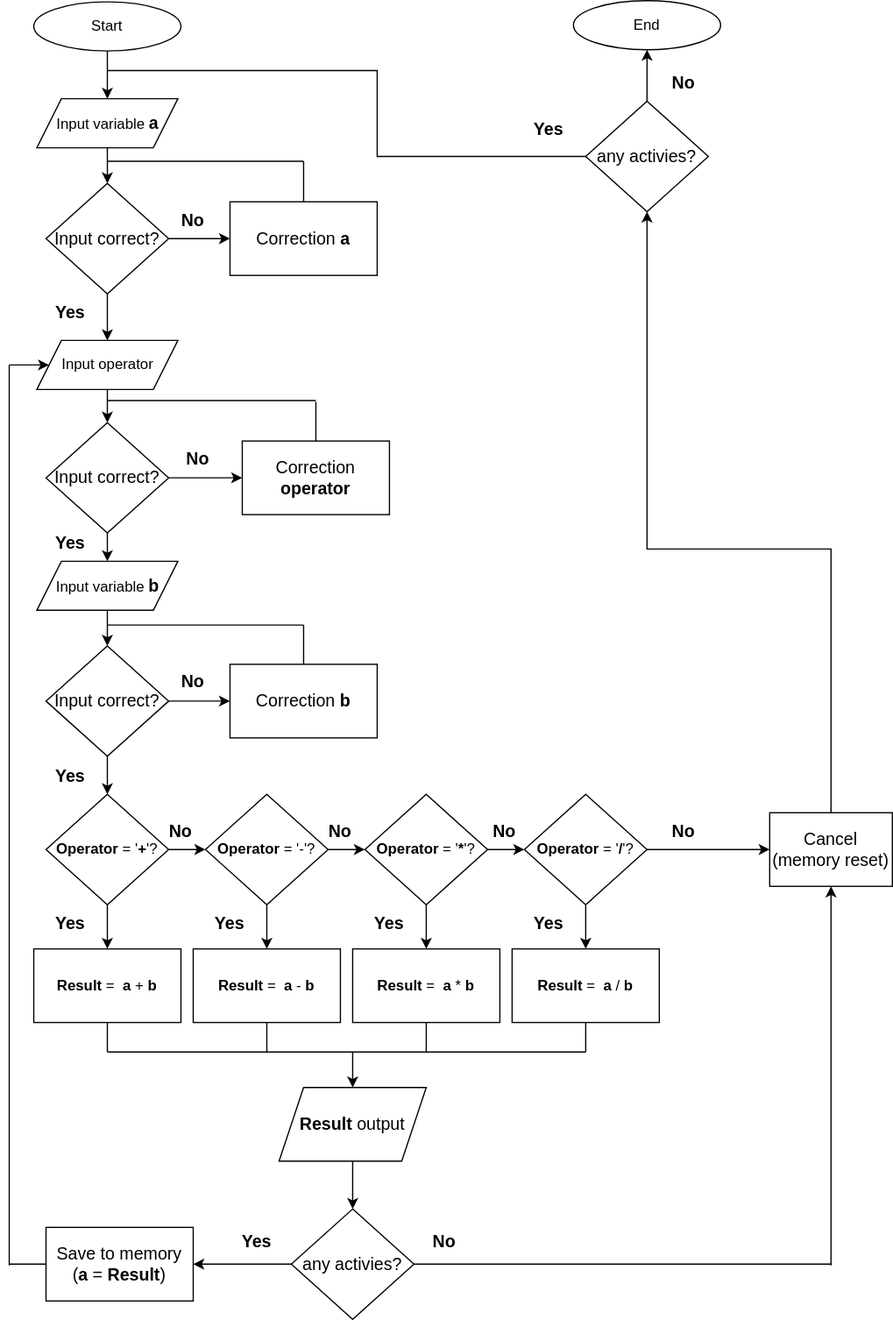
nfedetsky/data_science keeps this draw.io diagram as calculator.drawio.svg. Above is the earlier version. Source tidied: cells renumbered, new cells last; positions are measured from the earlier drawing's top-left corner, leaving out a move shared by most shapes.
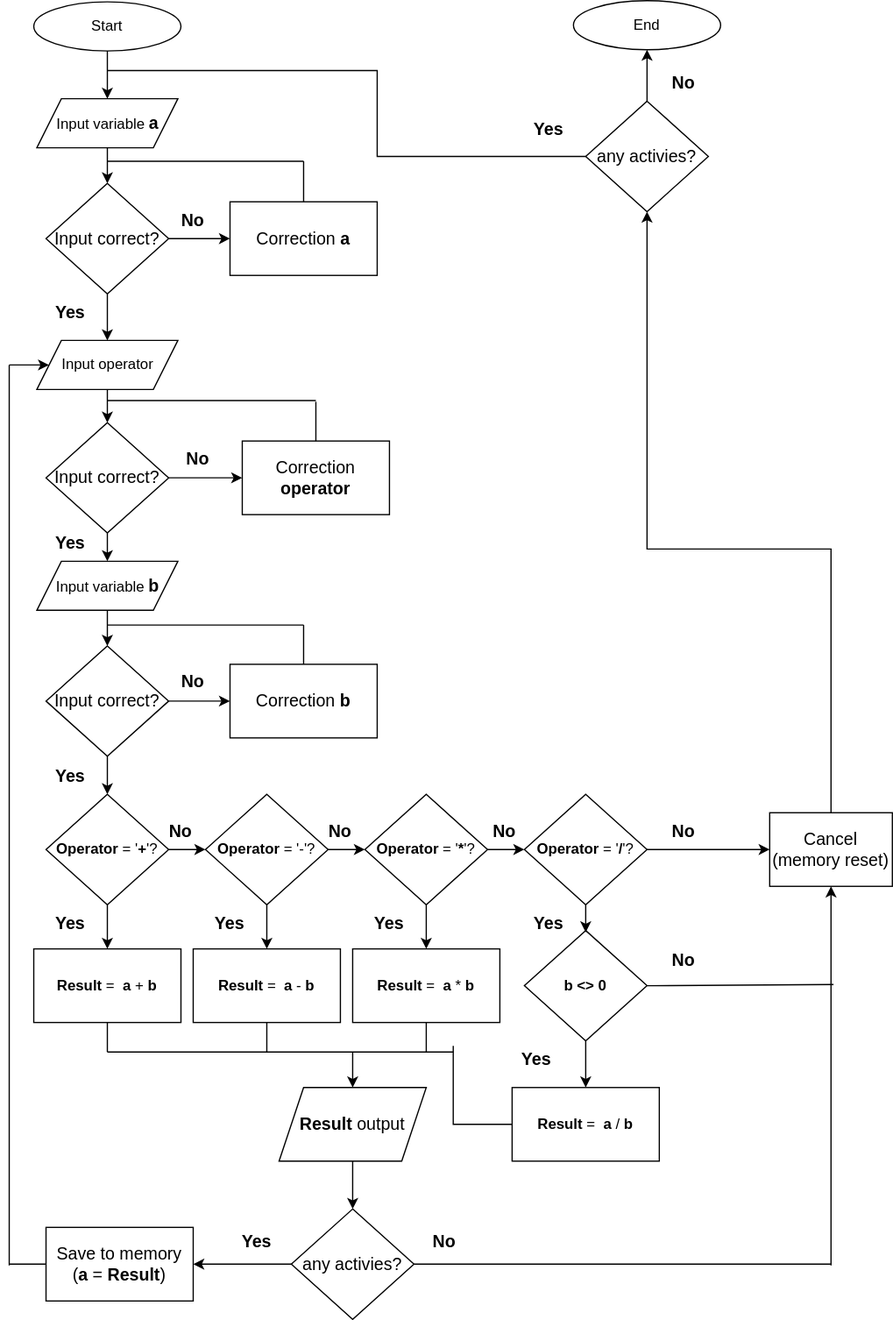
Later version of the same file.

What changed in the source:
```diff
@@ -36,7 +36,7 @@
       <mxGeometry x="280" y="773" width="120" height="60" as="geometry" />
     </mxCell>
     <mxCell id="13" value="&lt;b&gt;Result&lt;/b&gt; =&amp;nbsp; &lt;b&gt;a&lt;/b&gt; / &lt;b&gt;b&lt;/b&gt;" style="rounded=0;whiteSpace=wrap;html=1;" parent="1" vertex="1">
-      <mxGeometry x="410" y="773" width="120" height="60" as="geometry" />
+      <mxGeometry x="410" y="886" width="120" height="60" as="geometry" />
     </mxCell>
     <mxCell id="14" value="&lt;b&gt;Result&lt;/b&gt; output" style="shape=parallelogram;perimeter=parallelogramPerimeter;whiteSpace=wrap;html=1;fixedSize=1;fontSize=14;" parent="1" vertex="1">
       <mxGeometry x="220" y="886" width="120" height="60" as="geometry" />
@@ -143,9 +143,6 @@
     <mxCell id="43" style="endArrow=classic;html=1;rounded=0;fontSize=14;exitX=0.5;exitY=1;exitDx=0;exitDy=0;entryX=0.5;entryY=0;entryDx=0;entryDy=0;" parent="1" edge="1" source="8" target="12">
       <mxGeometry relative="1" as="geometry" />
     </mxCell>
-    <mxCell id="44" style="endArrow=classic;html=1;rounded=0;fontSize=14;exitX=0.5;exitY=1;exitDx=0;exitDy=0;entryX=0.5;entryY=0;entryDx=0;entryDy=0;" parent="1" edge="1" source="9" target="13">
-      <mxGeometry relative="1" as="geometry" />
-    </mxCell>
     <mxCell id="45" style="endArrow=classic;html=1;rounded=0;fontSize=14;exitX=1;exitY=0.5;exitDx=0;exitDy=0;entryX=0;entryY=0.5;entryDx=0;entryDy=0;" parent="1" edge="1" source="6" target="7">
       <mxGeometry relative="1" as="geometry" />
     </mxCell>
@@ -176,15 +173,10 @@
         <mxPoint x="340" y="857" as="sourcePoint" />
       </mxGeometry>
     </mxCell>
-    <mxCell id="53" style="endArrow=none;html=1;rounded=0;fontSize=14;entryX=0.5;entryY=1;entryDx=0;entryDy=0;" parent="1" edge="1" target="13">
-      <mxGeometry relative="1" as="geometry">
-        <mxPoint x="470" y="857" as="sourcePoint" />
-      </mxGeometry>
-    </mxCell>
     <mxCell id="54" style="endArrow=none;html=1;rounded=0;fontSize=14;" parent="1" edge="1">
       <mxGeometry relative="1" as="geometry">
         <mxPoint x="80" y="857" as="sourcePoint" />
-        <mxPoint x="470" y="857" as="targetPoint" />
+        <mxPoint x="362" y="857" as="targetPoint" />
       </mxGeometry>
     </mxCell>
     <mxCell id="55" style="endArrow=classic;html=1;rounded=0;fontSize=14;entryX=0.5;entryY=0;entryDx=0;entryDy=0;" parent="1" edge="1" target="14">
@@ -303,5 +295,33 @@
     <mxCell id="83" value="&lt;b&gt;No&lt;/b&gt;" style="text;html=1;strokeColor=none;fillColor=none;align=center;verticalAlign=middle;whiteSpace=wrap;rounded=0;fontSize=14;" parent="1" vertex="1">
       <mxGeometry x="520" y="52" width="60" height="30" as="geometry" />
     </mxCell>
+    <mxCell id="84" value="&lt;b&gt;b &amp;lt;&amp;gt; 0&lt;/b&gt;" style="rhombus;whiteSpace=wrap;html=1;" parent="1" vertex="1">
+      <mxGeometry x="420" y="758" width="100" height="90" as="geometry" />
+    </mxCell>
+    <mxCell id="85" style="edgeStyle=orthogonalEdgeStyle;rounded=0;orthogonalLoop=1;jettySize=auto;html=1;exitX=1;exitY=0;exitDx=0;exitDy=0;entryX=1;entryY=0.75;entryDx=0;entryDy=0;fontSize=14;" parent="1" edge="1" source="80" target="80">
+      <mxGeometry relative="1" as="geometry" />
+    </mxCell>
+    <mxCell id="86" style="endArrow=none;html=1;rounded=0;fontSize=14;exitX=1;exitY=0.5;exitDx=0;exitDy=0;" parent="1" edge="1" source="84">
+      <mxGeometry relative="1" as="geometry">
+        <mxPoint x="672" y="802" as="targetPoint" />
+      </mxGeometry>
+    </mxCell>
+    <mxCell id="87" style="endArrow=classic;html=1;rounded=0;fontSize=14;exitX=0.5;exitY=1;exitDx=0;exitDy=0;entryX=0.5;entryY=0;entryDx=0;entryDy=0;" parent="1" edge="1" source="84" target="13">
+      <mxGeometry relative="1" as="geometry" />
+    </mxCell>
+    <mxCell id="88" style="endArrow=none;html=1;rounded=0;fontSize=14;entryX=0;entryY=0.5;entryDx=0;entryDy=0;" parent="1" edge="1" target="13">
+      <mxGeometry relative="1" as="geometry">
+        <mxPoint x="362" y="852" as="sourcePoint" />
+        <Array as="points">
+          <mxPoint x="362" y="916" />
+        </Array>
+      </mxGeometry>
+    </mxCell>
+    <mxCell id="89" value="&lt;b&gt;Yes&lt;/b&gt;" style="text;html=1;strokeColor=none;fillColor=none;align=center;verticalAlign=middle;whiteSpace=wrap;rounded=0;fontSize=14;" parent="1" vertex="1">
+      <mxGeometry x="400" y="848" width="60" height="30" as="geometry" />
+    </mxCell>
+    <mxCell id="90" value="&lt;b&gt;No&lt;/b&gt;" style="text;html=1;strokeColor=none;fillColor=none;align=center;verticalAlign=middle;whiteSpace=wrap;rounded=0;fontSize=14;" parent="1" vertex="1">
+      <mxGeometry x="520" y="767" width="60" height="30" as="geometry" />
+    </mxCell>
   </root>
 </mxGraphModel>
```
